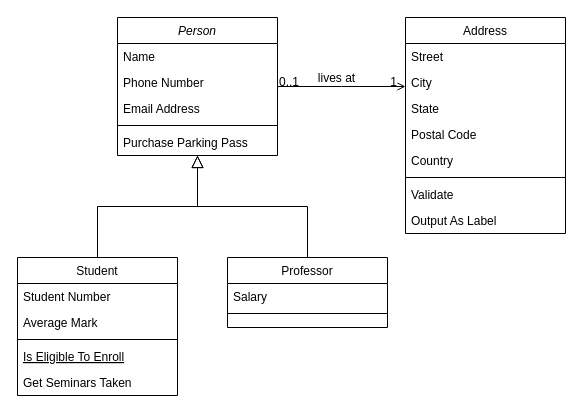
Earlier version of the draw.io diagram Portfolio2.drawio (micahsellis/UMLs). Source tidied: cells renumbered, new cells numbered last; positions are measured from the earlier drawing's top-left corner, leaving out a move shared by most shapes. Both pictures are drawn from the tidied source at 100%, with x=0, y=0 at pixel (17, 17).
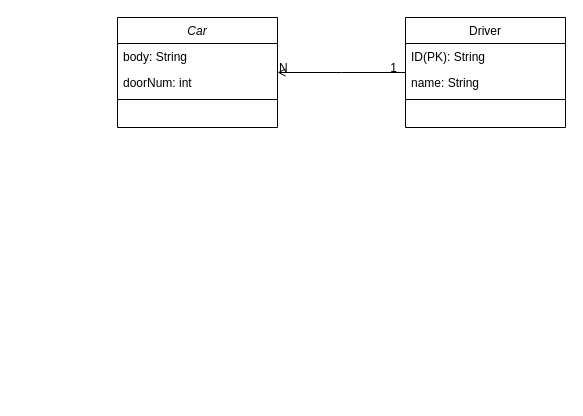
The same diagram, later.

Change to the diagram source:
```diff
@@
-    <mxCell id="2" value="Person" style="swimlane;fontStyle=2;align=center;verticalAlign=top;horizontal=1;startSize=26;rounded=0;shadow=0;strokeWidth=1;" parent="1" vertex="1">
-      <mxGeometry x="100" width="160" height="138" as="geometry" />
+    <mxCell id="2" value="Car" style="swimlane;fontStyle=2;align=center;verticalAlign=top;horizontal=1;startSize=26;rounded=0;shadow=0;strokeWidth=1;" parent="1" vertex="1">
+      <mxGeometry x="100" width="160" height="110" as="geometry" />
     </mxCell>
-    <mxCell id="3" value="Name" style="text;align=left;verticalAlign=top;spacingLeft=4;spacingRight=4;overflow=hidden;" parent="2" vertex="1">
+    <mxCell id="3" value="body: String" style="text;align=left;verticalAlign=top;spacingLeft=4;spacingRight=4;overflow=hidden;" parent="2" vertex="1">
       <mxGeometry y="26" width="160" height="26" as="geometry" />
     </mxCell>
-    <mxCell id="4" value="Phone Number" style="text;align=left;verticalAlign=top;spacingLeft=4;spacingRight=4;overflow=hidden;rounded=0;shadow=0;html=0;" parent="2" vertex="1">
+    <mxCell id="4" value="doorNum: int" style="text;align=left;verticalAlign=top;spacingLeft=4;spacingRight=4;overflow=hidden;rounded=0;shadow=0;html=0;" parent="2" vertex="1">
       <mxGeometry y="52" width="160" height="26" as="geometry" />
     </mxCell>
-    <mxCell id="5" value="Email Address" style="text;align=left;verticalAlign=top;spacingLeft=4;spacingRight=4;overflow=hidden;rounded=0;shadow=0;html=0;" parent="2" vertex="1">
-      <mxGeometry y="78" width="160" height="26" as="geometry" />
-    </mxCell>
     <mxCell id="6" style="line;html=1;strokeWidth=1;align=left;verticalAlign=middle;spacingTop=-1;spacingLeft=3;spacingRight=3;labelPosition=right;" parent="2" vertex="1">
-      <mxGeometry y="104" width="160" height="8" as="geometry" />
+      <mxGeometry y="78" width="160" height="8" as="geometry" />
     </mxCell>
-    <mxCell id="7" value="Purchase Parking Pass" style="text;align=left;verticalAlign=top;spacingLeft=4;spacingRight=4;overflow=hidden;" parent="2" vertex="1">
-      <mxGeometry y="112" width="160" height="26" as="geometry" />
-    </mxCell>
-    <mxCell id="8" value="Student" style="swimlane;fontStyle=0;align=center;verticalAlign=top;horizontal=1;startSize=26;rounded=0;shadow=0;strokeWidth=1;" parent="1" vertex="1">
-      <mxGeometry y="240" width="160" height="138" as="geometry" />
-    </mxCell>
-    <mxCell id="9" value="Student Number" style="text;align=left;verticalAlign=top;spacingLeft=4;spacingRight=4;overflow=hidden;" parent="8" vertex="1">
-      <mxGeometry y="26" width="160" height="26" as="geometry" />
-    </mxCell>
-    <mxCell id="10" value="Average Mark" style="text;align=left;verticalAlign=top;spacingLeft=4;spacingRight=4;overflow=hidden;rounded=0;shadow=0;html=0;" parent="8" vertex="1">
-      <mxGeometry y="52" width="160" height="26" as="geometry" />
-    </mxCell>
-    <mxCell id="11" style="line;html=1;strokeWidth=1;align=left;verticalAlign=middle;spacingTop=-1;spacingLeft=3;spacingRight=3;labelPosition=right;" parent="8" vertex="1">
-      <mxGeometry y="78" width="160" height="8" as="geometry" />
-    </mxCell>
-    <mxCell id="12" value="Is Eligible To Enroll" style="text;align=left;verticalAlign=top;spacingLeft=4;spacingRight=4;overflow=hidden;fontStyle=4;" parent="8" vertex="1">
-      <mxGeometry y="86" width="160" height="26" as="geometry" />
-    </mxCell>
-    <mxCell id="13" value="Get Seminars Taken" style="text;align=left;verticalAlign=top;spacingLeft=4;spacingRight=4;overflow=hidden;" parent="8" vertex="1">
-      <mxGeometry y="112" width="160" height="26" as="geometry" />
-    </mxCell>
-    <mxCell id="14" style="endArrow=block;endSize=10;endFill=0;shadow=0;strokeWidth=1;rounded=0;edgeStyle=elbowEdgeStyle;elbow=vertical;" parent="1" edge="1" source="8" target="2">
-      <mxGeometry relative="1" as="geometry" />
-    </mxCell>
-    <mxCell id="15" value="Professor" style="swimlane;fontStyle=0;align=center;verticalAlign=top;horizontal=1;startSize=26;rounded=0;shadow=0;strokeWidth=1;" parent="1" vertex="1">
-      <mxGeometry x="210" y="240" width="160" height="70" as="geometry" />
-    </mxCell>
-    <mxCell id="16" value="Salary" style="text;align=left;verticalAlign=top;spacingLeft=4;spacingRight=4;overflow=hidden;" parent="15" vertex="1">
-      <mxGeometry y="26" width="160" height="26" as="geometry" />
-    </mxCell>
-    <mxCell id="17" style="line;html=1;strokeWidth=1;align=left;verticalAlign=middle;spacingTop=-1;spacingLeft=3;spacingRight=3;labelPosition=right;" parent="15" vertex="1">
-      <mxGeometry y="52" width="160" height="8" as="geometry" />
-    </mxCell>
-    <mxCell id="18" style="endArrow=block;endSize=10;endFill=0;shadow=0;strokeWidth=1;rounded=0;edgeStyle=elbowEdgeStyle;elbow=vertical;" parent="1" edge="1" source="15" target="2">
-      <mxGeometry relative="1" as="geometry" />
-    </mxCell>
-    <mxCell id="19" value="Address" style="swimlane;fontStyle=0;align=center;verticalAlign=top;horizontal=1;startSize=26;rounded=0;shadow=0;strokeWidth=1;" parent="1" vertex="1">
-      <mxGeometry x="388" width="160" height="216" as="geometry" />
+    <mxCell id="19" value="Driver" style="swimlane;fontStyle=0;align=center;verticalAlign=top;horizontal=1;startSize=26;rounded=0;shadow=0;strokeWidth=1;" parent="1" vertex="1">
+      <mxGeometry x="388" width="160" height="110" as="geometry" />
     </mxCell>
-    <mxCell id="20" value="Street" style="text;align=left;verticalAlign=top;spacingLeft=4;spacingRight=4;overflow=hidden;" parent="19" vertex="1">
+    <mxCell id="20" value="ID(PK): String" style="text;align=left;verticalAlign=top;spacingLeft=4;spacingRight=4;overflow=hidden;" parent="19" vertex="1">
       <mxGeometry y="26" width="160" height="26" as="geometry" />
     </mxCell>
-    <mxCell id="21" value="City" style="text;align=left;verticalAlign=top;spacingLeft=4;spacingRight=4;overflow=hidden;rounded=0;shadow=0;html=0;" parent="19" vertex="1">
+    <mxCell id="21" value="name: String" style="text;align=left;verticalAlign=top;spacingLeft=4;spacingRight=4;overflow=hidden;rounded=0;shadow=0;html=0;" parent="19" vertex="1">
       <mxGeometry y="52" width="160" height="26" as="geometry" />
     </mxCell>
-    <mxCell id="22" value="State" style="text;align=left;verticalAlign=top;spacingLeft=4;spacingRight=4;overflow=hidden;rounded=0;shadow=0;html=0;" parent="19" vertex="1">
-      <mxGeometry y="78" width="160" height="26" as="geometry" />
-    </mxCell>
-    <mxCell id="23" value="Postal Code" style="text;align=left;verticalAlign=top;spacingLeft=4;spacingRight=4;overflow=hidden;rounded=0;shadow=0;html=0;" parent="19" vertex="1">
-      <mxGeometry y="104" width="160" height="26" as="geometry" />
-    </mxCell>
-    <mxCell id="24" value="Country" style="text;align=left;verticalAlign=top;spacingLeft=4;spacingRight=4;overflow=hidden;rounded=0;shadow=0;html=0;" parent="19" vertex="1">
-      <mxGeometry y="130" width="160" height="26" as="geometry" />
-    </mxCell>
     <mxCell id="25" style="line;html=1;strokeWidth=1;align=left;verticalAlign=middle;spacingTop=-1;spacingLeft=3;spacingRight=3;labelPosition=right;" parent="19" vertex="1">
-      <mxGeometry y="156" width="160" height="8" as="geometry" />
+      <mxGeometry y="78" width="160" height="8" as="geometry" />
     </mxCell>
-    <mxCell id="26" value="Validate" style="text;align=left;verticalAlign=top;spacingLeft=4;spacingRight=4;overflow=hidden;" parent="19" vertex="1">
-      <mxGeometry y="164" width="160" height="26" as="geometry" />
-    </mxCell>
-    <mxCell id="27" value="Output As Label" style="text;align=left;verticalAlign=top;spacingLeft=4;spacingRight=4;overflow=hidden;" parent="19" vertex="1">
-      <mxGeometry y="190" width="160" height="26" as="geometry" />
-    </mxCell>
-    <mxCell id="28" style="endArrow=open;shadow=0;strokeWidth=1;rounded=0;endFill=1;edgeStyle=elbowEdgeStyle;elbow=vertical;" parent="1" edge="1" source="2" target="19">
+    <mxCell id="28" style="endArrow=none;shadow=0;strokeWidth=1;rounded=0;endFill=0;edgeStyle=elbowEdgeStyle;elbow=vertical;startArrow=open;startFill=0;" parent="1" edge="1" source="2" target="19">
       <mxGeometry x="0.5" y="41" relative="1" as="geometry">
         <mxPoint x="-40" y="32" as="offset" />
       </mxGeometry>
     </mxCell>
-    <mxCell id="29" value="0..1" style="align=left;verticalAlign=bottom;labelBackgroundColor=none;fontSize=12;" parent="28" vertex="1">
+    <mxCell id="29" value="N" style="align=left;verticalAlign=bottom;labelBackgroundColor=none;fontSize=12;" parent="28" vertex="1">
       <mxGeometry x="-1" relative="1" as="geometry">
         <mxPoint y="4" as="offset" />
       </mxGeometry>
     </mxCell>
@@
-    <mxCell id="31" value="lives at" style="text;html=1;align=center;verticalAlign=middle;labelBackgroundColor=none;rounded=0;shadow=0;strokeWidth=1;fontSize=12;" parent="28" vertex="1">
-      <mxGeometry x="0.5" y="49" relative="1" as="geometry">
-        <mxPoint x="-38" y="40" as="offset" />
-      </mxGeometry>
-    </mxCell>
```
